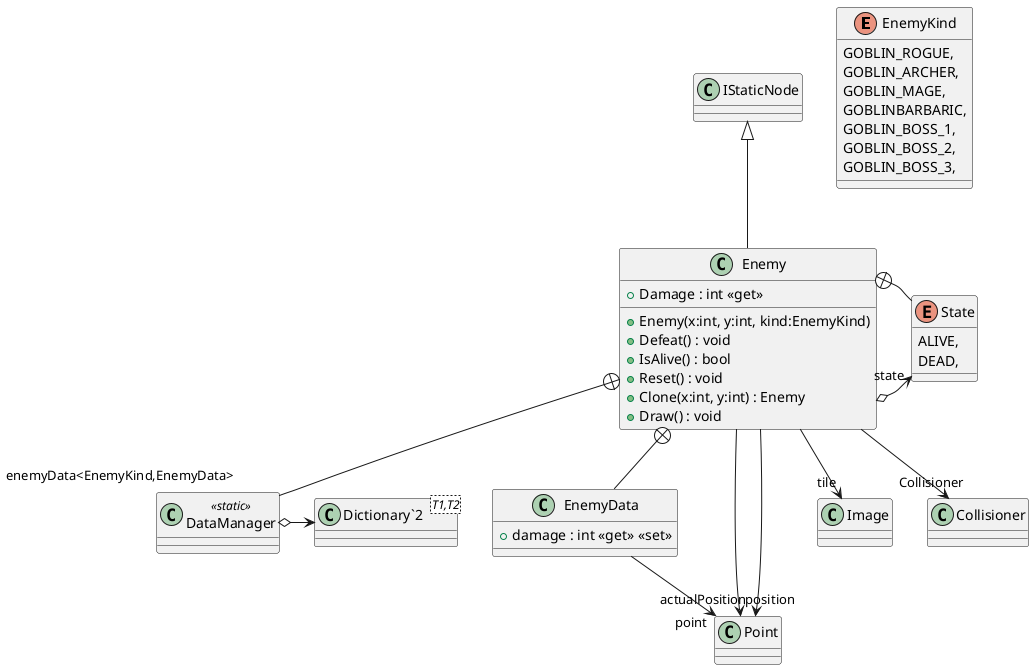
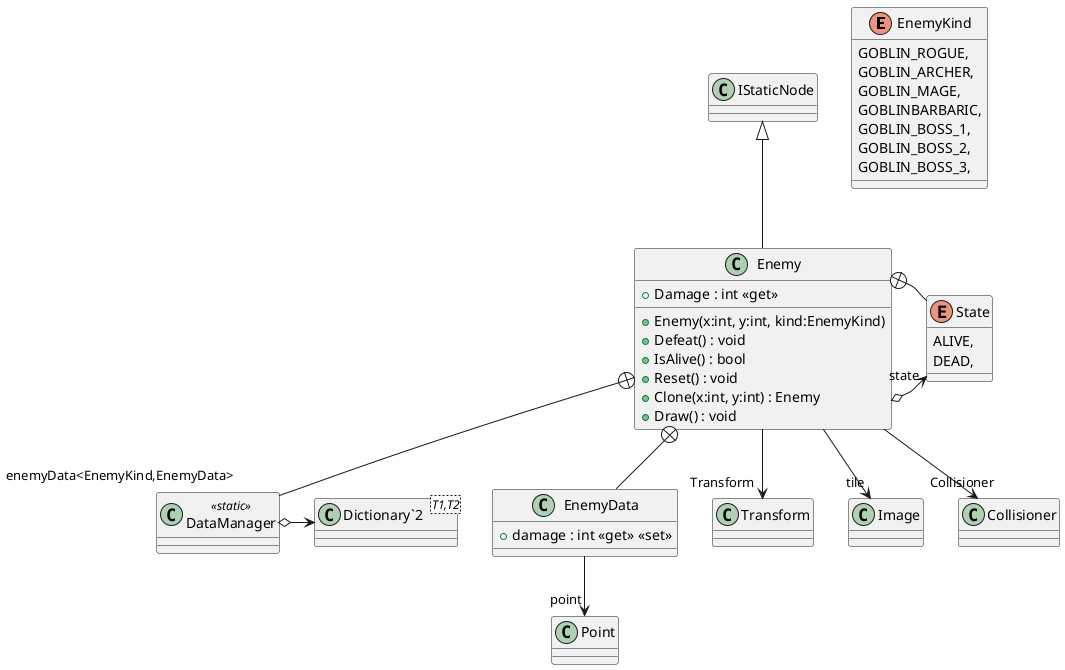
@startuml
enum EnemyKind {
    GOBLIN_ROGUE,
    GOBLIN_ARCHER,
    GOBLIN_MAGE,
    GOBLINBARBARIC,
    GOBLIN_BOSS_1,
    GOBLIN_BOSS_2,
    GOBLIN_BOSS_3,
}
class Enemy {
    + Damage : int <<get>>
    + Enemy(x:int, y:int, kind:EnemyKind)
    + Defeat() : void
    + IsAlive() : bool
    + Reset() : void
    + Clone(x:int, y:int) : Enemy
    + Draw() : void
}
enum State {
    ALIVE,
    DEAD,
}
class DataManager <<static>> {
}
class EnemyData {
    + damage : int <<get>> <<set>>
}
class "Dictionary`2"<T1,T2> {
}
IStaticNode <|-- Enemy
- Enemy --> "position" Point
- Enemy --> "actualPosition" Point
+ Enemy --> "Transform" Transform
Enemy --> "tile" Image
Enemy o-> "state" State
Enemy --> "Collisioner" Collisioner
Enemy +-- State
Enemy +-- DataManager
DataManager o-> "enemyData<EnemyKind,EnemyData>" "Dictionary`2"
Enemy +-- EnemyData
EnemyData --> "point" Point
@enduml
